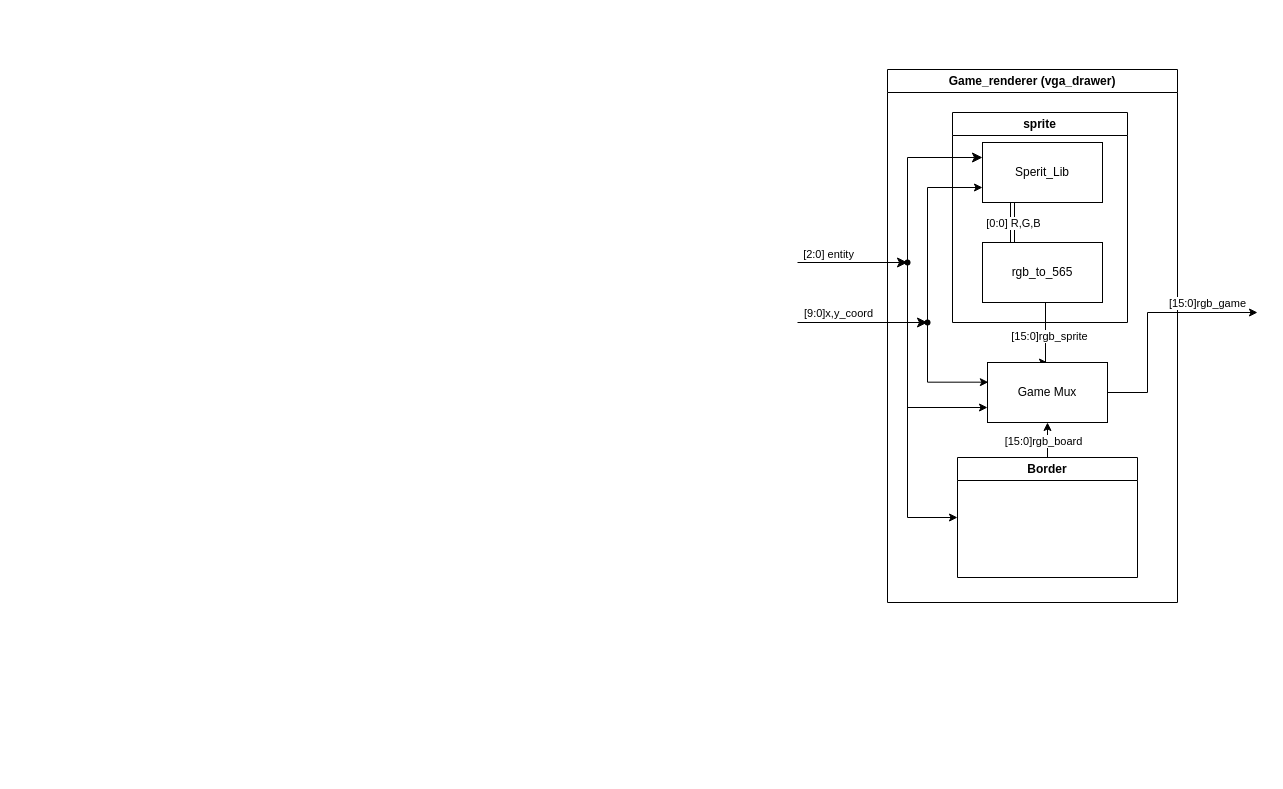
Above: Docs/block.drawio in ZeppelinSCB/FPGA-Entertainment-System (draw.io), before the change. Source tidied: cells renumbered, new cells numbered last; positions are measured from the earlier drawing's top-left corner, leaving out a move shared by most shapes. Both pictures are drawn from the tidied source at 100%, with x=0, y=0 at pixel (797, 69).
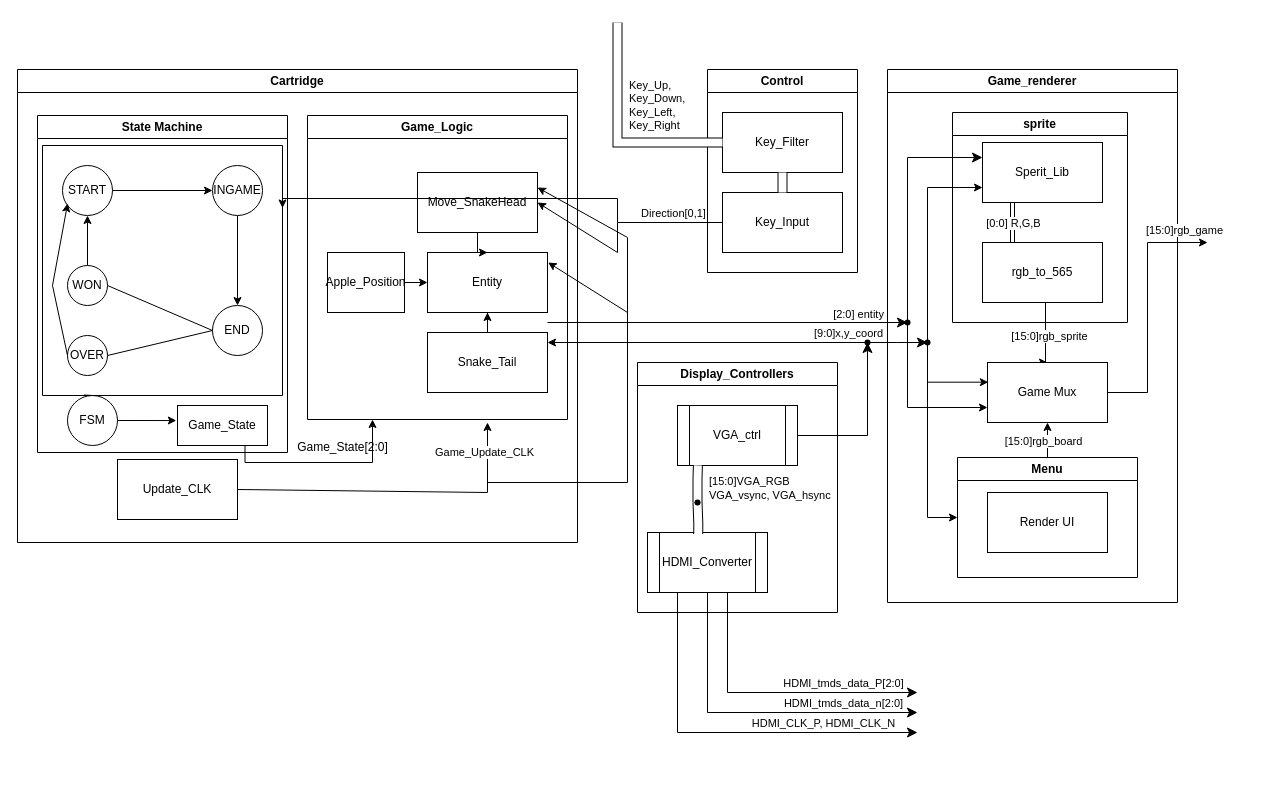
The same diagram, later.

The change refers to these unchanged cells:
```xml
<mxCell id="3" value="sprite " style="swimlane;whiteSpace=wrap;html=1;" parent="2" vertex="1">
  <mxGeometry x="65" y="43" width="175" height="210" as="geometry" />
</mxCell>
<mxCell id="4" value="Sperit_Lib" style="rounded=0;whiteSpace=wrap;html=1;" parent="3" vertex="1">
  <mxGeometry x="30" y="30" width="120" height="60" as="geometry" />
</mxCell>
```

Diff of the diagram source:
```diff
@@
+    <mxCell id="27" value="Control" style="swimlane;whiteSpace=wrap;html=1;startSize=23;" parent="1" vertex="1">
+      <mxGeometry x="-90" width="150" height="203" as="geometry" />
+    </mxCell>
+    <mxCell id="28" value="Key_Filter" style="rounded=0;whiteSpace=wrap;html=1;" parent="27" vertex="1">
+      <mxGeometry x="15" y="43" width="120" height="60" as="geometry" />
+    </mxCell>
+    <mxCell id="29" value="Key_Input" style="rounded=0;whiteSpace=wrap;html=1;" parent="27" vertex="1">
+      <mxGeometry x="15" y="123" width="120" height="60" as="geometry" />
+    </mxCell>
+    <mxCell id="30" style="shape=filledEdge;rounded=0;fixDash=1;endArrow=none;strokeWidth=10;fillColor=#ffffff;html=1;entryX=0.5;entryY=0;entryDx=0;entryDy=0;exitX=0.5;exitY=1;exitDx=0;exitDy=0;" parent="27" edge="1" source="28" target="29">
+      <mxGeometry relative="1" as="geometry" />
+    </mxCell>
-    <mxCell id="2" value="Game_renderer (vga_drawer)" style="swimlane;whiteSpace=wrap;html=1;" parent="1" vertex="1">
+    <mxCell id="2" value="&lt;div&gt;Game_renderer&lt;/div&gt;" style="swimlane;whiteSpace=wrap;html=1;" parent="1" vertex="1">
       <mxGeometry x="90" width="290" height="533" as="geometry" />
     </mxCell>
@@
-    <mxCell id="8" style="endArrow=classic;html=1;rounded=0;endSize=8;startSize=8;labelPosition=left;verticalLabelPosition=middle;align=right;verticalAlign=middle;" parent="3" edge="1" target="24">
-      <mxGeometry relative="1" as="geometry">
-        <mxPoint x="-155" y="150" as="sourcePoint" />
-      </mxGeometry>
-    </mxCell>
-    <mxCell id="9" style="elbow=horizontal;endArrow=classic;html=1;rounded=0;endSize=8;startSize=8;" parent="2" edge="1" target="18">
-      <mxGeometry relative="1" as="geometry">
-        <mxPoint x="-90" y="253" as="sourcePoint" />
-      </mxGeometry>
-    </mxCell>
-    <mxCell id="10" value="[9:0]x,y_coord" style="edgeLabel;html=1;align=center;verticalAlign=middle;" parent="9" vertex="1">
-      <mxGeometry x="-0.02" y="2" relative="1" as="geometry">
-        <mxPoint x="-24" y="-8" as="offset" />
-      </mxGeometry>
-    </mxCell>
@@
-    <mxCell id="13" value="Border" style="swimlane;whiteSpace=wrap;html=1;" parent="2" vertex="1">
+    <mxCell id="13" value="Menu" style="swimlane;whiteSpace=wrap;html=1;" parent="2" vertex="1">
       <mxGeometry x="70" y="388" width="180" height="120" as="geometry" />
     </mxCell>
+    <mxCell id="31" value="Render UI" style="rounded=0;whiteSpace=wrap;html=1;" parent="13" vertex="1">
+      <mxGeometry x="30" y="35" width="120" height="60" as="geometry" />
+    </mxCell>
@@
     <mxCell id="18" style="shape=waypoint;sketch=0;fillStyle=solid;size=6;points=[];fillColor=none;perimeter=centerPerimeter;snapToPoint=1;" parent="2" vertex="1">
-      <mxGeometry x="30" y="243" width="20" height="20" as="geometry" />
+      <mxGeometry x="30" y="263" width="20" height="20" as="geometry" />
     </mxCell>
+    <mxCell id="21" value="Game Mux" style="rounded=0;whiteSpace=wrap;html=1;" parent="2" vertex="1">
+      <mxGeometry x="100" y="293" width="120" height="60" as="geometry" />
+    </mxCell>
+    <mxCell id="24" style="shape=waypoint;sketch=0;fillStyle=solid;size=6;points=[];fillColor=none;perimeter=centerPerimeter;snapToPoint=1;" parent="2" vertex="1">
+      <mxGeometry x="10" y="243" width="20" height="20" as="geometry" />
+    </mxCell>
+    <mxCell id="22" style="edgeStyle=elbowEdgeStyle;rounded=0;jettySize=auto;html=1;entryX=0;entryY=0.75;entryDx=0;entryDy=0;" parent="2" edge="1" source="24" target="21">
+      <mxGeometry relative="1" as="geometry">
+        <Array as="points">
+          <mxPoint x="20" y="313" />
+        </Array>
+      </mxGeometry>
+    </mxCell>
+    <mxCell id="25" style="edgeStyle=elbowEdgeStyle;endArrow=classic;html=1;rounded=0;endSize=8;startSize=8;labelPosition=left;verticalLabelPosition=middle;align=right;verticalAlign=middle;entryX=0;entryY=0.25;entryDx=0;entryDy=0;exitX=0.556;exitY=0.783;exitDx=0;exitDy=0;exitPerimeter=0;" parent="2" edge="1" source="24" target="4">
+      <mxGeometry relative="1" as="geometry">
+        <Array as="points">
+          <mxPoint x="20" y="83" />
+        </Array>
+      </mxGeometry>
+    </mxCell>
+    <mxCell id="26" value="[2:0] entity" style="edgeLabel;html=1;align=center;verticalAlign=middle;" parent="25" vertex="1">
+      <mxGeometry x="0.06" relative="1" as="geometry">
+        <mxPoint x="-50" y="118" as="offset" />
+      </mxGeometry>
+    </mxCell>
+    <mxCell id="32" style="endArrow=classic;html=1;rounded=0;entryX=0;entryY=0.5;entryDx=0;entryDy=0;edgeStyle=elbowEdgeStyle;exitX=0.608;exitY=0.783;exitDx=0;exitDy=0;exitPerimeter=0;" parent="2" edge="1" source="18" target="13">
+      <mxGeometry relative="1" as="geometry">
+        <Array as="points">
+          <mxPoint x="40" y="363" />
+        </Array>
+      </mxGeometry>
+    </mxCell>
+    <mxCell id="33" value="Cartridge" style="swimlane;whiteSpace=wrap;html=1;startSize=23;" parent="1" vertex="1">
+      <mxGeometry x="-780" width="560" height="473" as="geometry" />
+    </mxCell>
+    <mxCell id="34" value="State Machine" style="swimlane;whiteSpace=wrap;html=1;startSize=23;" parent="33" vertex="1">
+      <mxGeometry x="20" y="46" width="250" height="337" as="geometry" />
+    </mxCell>
+    <mxCell id="35" value="Game_State" style="rounded=0;whiteSpace=wrap;html=1;" parent="34" vertex="1">
+      <mxGeometry x="140" y="290" width="90" height="40" as="geometry" />
+    </mxCell>
+    <mxCell id="36" value="FSM" style="ellipse;whiteSpace=wrap;html=1;" parent="34" vertex="1">
+      <mxGeometry x="30" y="280" width="50" height="50" as="geometry" />
+    </mxCell>
+    <mxCell id="37" style="swimlane;startSize=0;" parent="34" vertex="1">
+      <mxGeometry x="5" y="30" width="240" height="250" as="geometry" />
+    </mxCell>
+    <mxCell id="38" value="START" style="ellipse;whiteSpace=wrap;html=1;" parent="37" vertex="1">
+      <mxGeometry x="20" y="20" width="50" height="50" as="geometry" />
+    </mxCell>
+    <mxCell id="39" style="edgeStyle=orthogonalEdgeStyle;rounded=0;jettySize=auto;html=1;" parent="37" edge="1" source="40" target="43">
+      <mxGeometry relative="1" as="geometry" />
+    </mxCell>
+    <mxCell id="40" value="INGAME" style="ellipse;whiteSpace=wrap;html=1;" parent="37" vertex="1">
+      <mxGeometry x="170" y="20" width="50" height="50" as="geometry" />
+    </mxCell>
+    <mxCell id="41" style="edgeStyle=orthogonalEdgeStyle;rounded=0;jettySize=auto;html=1;" parent="37" edge="1" source="42" target="38">
+      <mxGeometry relative="1" as="geometry" />
+    </mxCell>
+    <mxCell id="42" value="WON" style="ellipse;whiteSpace=wrap;html=1;" parent="37" vertex="1">
+      <mxGeometry x="25" y="120" width="40" height="40" as="geometry" />
+    </mxCell>
+    <mxCell id="43" value="END" style="ellipse;whiteSpace=wrap;html=1;" parent="37" vertex="1">
+      <mxGeometry x="170" y="160" width="50" height="50" as="geometry" />
+    </mxCell>
+    <mxCell id="44" value="OVER" style="ellipse;whiteSpace=wrap;html=1;" parent="37" vertex="1">
+      <mxGeometry x="25" y="190" width="40" height="40" as="geometry" />
+    </mxCell>
+    <mxCell id="45" style="endArrow=classic;html=1;rounded=0;exitX=0;exitY=0.5;exitDx=0;exitDy=0;entryX=0.103;entryY=0.76;entryDx=0;entryDy=0;entryPerimeter=0;" parent="37" edge="1" source="44" target="38">
+      <mxGeometry relative="1" as="geometry">
+        <Array as="points">
+          <mxPoint x="10" y="140" />
+        </Array>
+      </mxGeometry>
+    </mxCell>
+    <mxCell id="46" style="endArrow=none;html=1;rounded=0;exitX=0;exitY=0.5;exitDx=0;exitDy=0;entryX=1;entryY=0.5;entryDx=0;entryDy=0;" parent="37" edge="1" source="43" target="42">
+      <mxGeometry relative="1" as="geometry" />
+    </mxCell>
+    <mxCell id="47" style="endArrow=none;html=1;rounded=0;exitX=1;exitY=0.5;exitDx=0;exitDy=0;entryX=0;entryY=0.5;entryDx=0;entryDy=0;" parent="37" edge="1" source="44" target="43">
+      <mxGeometry relative="1" as="geometry" />
+    </mxCell>
+    <mxCell id="48" style="endArrow=classic;html=1;rounded=0;exitX=1;exitY=0.5;exitDx=0;exitDy=0;entryX=0;entryY=0.5;entryDx=0;entryDy=0;" parent="37" edge="1" source="38" target="40">
+      <mxGeometry relative="1" as="geometry" />
+    </mxCell>
+    <mxCell id="49" style="endArrow=classic;html=1;rounded=0;exitX=1;exitY=0.5;exitDx=0;exitDy=0;entryX=-0.013;entryY=0.376;entryDx=0;entryDy=0;entryPerimeter=0;" parent="34" edge="1" source="36" target="35">
+      <mxGeometry relative="1" as="geometry" />
+    </mxCell>
+    <mxCell id="50" style="endArrow=none;html=1;rounded=0;exitX=0.5;exitY=0;exitDx=0;exitDy=0;entryX=0.173;entryY=0.998;entryDx=0;entryDy=0;entryPerimeter=0;" parent="34" edge="1" source="36" target="37">
+      <mxGeometry relative="1" as="geometry" />
+    </mxCell>
+    <mxCell id="51" value="Update_CLK" style="rounded=0;whiteSpace=wrap;html=1;" parent="33" vertex="1">
+      <mxGeometry x="100" y="390" width="120" height="60" as="geometry" />
+    </mxCell>
+    <mxCell id="52" style="endArrow=classic;html=1;rounded=0;exitX=1;exitY=0.5;exitDx=0;exitDy=0;" parent="33" edge="1" source="51">
+      <mxGeometry relative="1" as="geometry">
+        <mxPoint x="470" y="353" as="targetPoint" />
+        <Array as="points">
+          <mxPoint x="470" y="423" />
+        </Array>
+      </mxGeometry>
+    </mxCell>
+    <mxCell id="53" value="Game_Update_CLK" style="edgeLabel;html=1;align=center;verticalAlign=middle;" parent="52" vertex="1">
+      <mxGeometry x="0.82" y="4" relative="1" as="geometry" />
+    </mxCell>
+    <mxCell id="54" value="Game_Logic" style="swimlane;whiteSpace=wrap;html=1;" parent="33" vertex="1">
+      <mxGeometry x="290" y="46" width="260" height="304" as="geometry" />
+    </mxCell>
+    <mxCell id="55" value="Snake_Tail" style="rounded=0;whiteSpace=wrap;html=1;" parent="54" vertex="1">
+      <mxGeometry x="120" y="217" width="120" height="60" as="geometry" />
+    </mxCell>
+    <mxCell id="56" value="&lt;div&gt;Entity&lt;/div&gt;" style="rounded=0;whiteSpace=wrap;html=1;" parent="54" vertex="1">
+      <mxGeometry x="120" y="137" width="120" height="60" as="geometry" />
+    </mxCell>
+    <mxCell id="57" value="Apple_Position" style="rounded=0;whiteSpace=wrap;html=1;" parent="54" vertex="1">
+      <mxGeometry x="20" y="137" width="77" height="60" as="geometry" />
+    </mxCell>
+    <mxCell id="58" style="edgeStyle=orthogonalEdgeStyle;rounded=0;jettySize=auto;html=1;" parent="54" edge="1" source="59" target="56">
+      <mxGeometry relative="1" as="geometry" />
+    </mxCell>
+    <mxCell id="59" value="Move_SnakeHead" style="rounded=0;whiteSpace=wrap;html=1;" parent="54" vertex="1">
+      <mxGeometry x="110" y="57" width="120" height="60" as="geometry" />
+    </mxCell>
+    <mxCell id="60" style="edgeStyle=orthogonalEdgeStyle;rounded=0;jettySize=auto;html=1;" parent="54" edge="1" source="55" target="56">
+      <mxGeometry relative="1" as="geometry" />
+    </mxCell>
+    <mxCell id="61" style="edgeStyle=orthogonalEdgeStyle;rounded=0;jettySize=auto;html=1;" parent="54" edge="1" source="57" target="56">
+      <mxGeometry relative="1" as="geometry" />
+    </mxCell>
+    <mxCell id="62" value="Game_State[2:0]" style="text;html=1;align=center;verticalAlign=middle;strokeColor=none;fillColor=none;" parent="33" vertex="1">
+      <mxGeometry x="270" y="363" width="110" height="30" as="geometry" />
+    </mxCell>
+    <mxCell id="63" style="endArrow=classic;html=1;rounded=0;edgeStyle=elbowEdgeStyle;exitX=0.75;exitY=1;exitDx=0;exitDy=0;entryX=0.25;entryY=1;entryDx=0;entryDy=0;" parent="33" edge="1" source="35" target="54">
+      <mxGeometry relative="1" as="geometry">
+        <Array as="points">
+          <mxPoint x="290" y="393" />
+        </Array>
+      </mxGeometry>
+    </mxCell>
+    <mxCell id="64" value="Display_Controllers" style="swimlane;whiteSpace=wrap;html=1;" parent="1" vertex="1">
+      <mxGeometry x="-160" y="293" width="200" height="250" as="geometry" />
+    </mxCell>
+    <mxCell id="65" value="VGA_ctrl" style="shape=process;whiteSpace=wrap;html=1;backgroundOutline=1;" parent="64" vertex="1">
+      <mxGeometry x="40" y="43" width="120" height="60" as="geometry" />
+    </mxCell>
+    <mxCell id="66" value="HDMI_Converter" style="shape=process;whiteSpace=wrap;html=1;backgroundOutline=1;" parent="64" vertex="1">
+      <mxGeometry x="10" y="170" width="120" height="60" as="geometry" />
+    </mxCell>
+    <mxCell id="67" style="shape=filledEdge;curved=0;rounded=0;fixDash=1;endArrow=none;strokeWidth=10;fillColor=#ffffff;edgeStyle=orthogonalEdgeStyle;html=1;entryX=0.17;entryY=0.999;entryDx=0;entryDy=0;entryPerimeter=0;" parent="64" edge="1" source="73" target="65">
+      <mxGeometry relative="1" as="geometry" />
+    </mxCell>
+    <mxCell id="68" style="shape=filledEdge;curved=0;rounded=0;fixDash=1;endArrow=none;strokeWidth=10;fillColor=#ffffff;edgeStyle=orthogonalEdgeStyle;html=1;entryX=0.562;entryY=0.826;entryDx=0;entryDy=0;entryPerimeter=0;exitX=0.423;exitY=0.024;exitDx=0;exitDy=0;exitPerimeter=0;" parent="64" edge="1" source="66" target="73">
+      <mxGeometry relative="1" as="geometry" />
+    </mxCell>
+    <mxCell id="69" style="edgeStyle=elbowEdgeStyle;elbow=horizontal;endArrow=classic;html=1;curved=0;rounded=0;endSize=8;startSize=8;exitX=0.5;exitY=1;exitDx=0;exitDy=0;" parent="64" edge="1" source="66">
+      <mxGeometry relative="1" as="geometry">
+        <mxPoint x="280" y="350" as="targetPoint" />
+        <Array as="points">
+          <mxPoint x="70" y="270" />
+        </Array>
+      </mxGeometry>
+    </mxCell>
+    <mxCell id="70" style="edgeStyle=elbowEdgeStyle;elbow=horizontal;endArrow=classic;html=1;curved=0;rounded=0;endSize=8;startSize=8;exitX=0.25;exitY=1;exitDx=0;exitDy=0;" parent="64" edge="1" source="66">
+      <mxGeometry relative="1" as="geometry">
+        <mxPoint x="280" y="370" as="targetPoint" />
+        <Array as="points">
+          <mxPoint x="40" y="270" />
+        </Array>
+      </mxGeometry>
+    </mxCell>
+    <mxCell id="71" style="shape=filledEdge;curved=0;rounded=0;fixDash=1;endArrow=none;strokeWidth=10;fillColor=#ffffff;edgeStyle=orthogonalEdgeStyle;html=1;entryDx=0;entryDy=0;exitX=1.093;exitY=1.157;exitDx=0;exitDy=0;exitPerimeter=0;" parent="64" edge="1" source="73" target="73">
+      <mxGeometry relative="1" as="geometry" />
+    </mxCell>
+    <mxCell id="72" value="&lt;div&gt;[15:0]VGA_RGB&lt;/div&gt;&lt;div&gt;VGA_vsync, VGA_hsync&lt;br&gt;&lt;/div&gt;" style="edgeLabel;html=1;align=left;verticalAlign=middle;" parent="71" vertex="1">
+      <mxGeometry x="-0.01" y="2" relative="1" as="geometry">
+        <mxPoint x="10" y="-15" as="offset" />
+      </mxGeometry>
+    </mxCell>
+    <mxCell id="73" style="shape=waypoint;sketch=0;fillStyle=solid;size=6;points=[];fillColor=none;perimeter=centerPerimeter;snapToPoint=1;" parent="64" vertex="1">
+      <mxGeometry x="50" y="130" width="20" height="20" as="geometry" />
+    </mxCell>
+    <mxCell id="74" value="&lt;div&gt;HDMI_CLK_P, HDMI_CLK_N&lt;br&gt;&lt;/div&gt;" style="edgeLabel;html=1;align=center;verticalAlign=middle;" parent="64" vertex="1">
+      <mxGeometry x="200" y="410" as="geometry">
+        <mxPoint x="-15" y="-50" as="offset" />
+      </mxGeometry>
+    </mxCell>
+    <mxCell id="75" value="&lt;div&gt;HDMI_tmds_data_n[2:0]&lt;/div&gt;" style="edgeLabel;html=1;align=center;verticalAlign=middle;" parent="1" vertex="1">
+      <mxGeometry x="60" y="683" as="geometry">
+        <mxPoint x="-15" y="-50" as="offset" />
+      </mxGeometry>
+    </mxCell>
+    <mxCell id="76" style="edgeStyle=elbowEdgeStyle;elbow=horizontal;endArrow=classic;html=1;curved=0;rounded=0;endSize=8;startSize=8;exitX=0.75;exitY=1;exitDx=0;exitDy=0;" parent="1" edge="1" source="66">
+      <mxGeometry relative="1" as="geometry">
+        <mxPoint x="120" y="623" as="targetPoint" />
+        <Array as="points">
+          <mxPoint x="-70" y="563" />
+        </Array>
+      </mxGeometry>
+    </mxCell>
+    <mxCell id="77" value="&lt;div&gt;HDMI_tmds_data_P[2:0]&lt;/div&gt;" style="edgeLabel;html=1;align=center;verticalAlign=middle;" parent="1" vertex="1">
+      <mxGeometry x="60" y="663" as="geometry">
+        <mxPoint x="-15" y="-50" as="offset" />
+      </mxGeometry>
+    </mxCell>
-    <mxCell id="19" style="edgeStyle=elbowEdgeStyle;rounded=0;jettySize=auto;html=1;" parent="2" edge="1" source="21">
+    <mxCell id="19" style="edgeStyle=elbowEdgeStyle;rounded=0;jettySize=auto;html=1;" parent="1" edge="1" source="21">
       <mxGeometry relative="1" as="geometry">
-        <mxPoint x="370" y="243" as="targetPoint" />
+        <mxPoint x="410" y="173" as="targetPoint" />
         <Array as="points">
-          <mxPoint x="260" y="283" />
+          <mxPoint x="350" y="283" />
         </Array>
       </mxGeometry>
     </mxCell>
     <mxCell id="20" value="[15:0]rgb_game" style="edgeLabel;html=1;align=center;verticalAlign=middle;" parent="19" vertex="1">
       <mxGeometry x="0.56" y="-1" relative="1" as="geometry">
-        <mxPoint y="-11" as="offset" />
+        <mxPoint x="31" y="-14" as="offset" />
       </mxGeometry>
     </mxCell>
-    <mxCell id="21" value="Game Mux" style="rounded=0;whiteSpace=wrap;html=1;" parent="2" vertex="1">
-      <mxGeometry x="100" y="293" width="120" height="60" as="geometry" />
-    </mxCell>
-    <mxCell id="22" style="edgeStyle=elbowEdgeStyle;rounded=0;jettySize=auto;html=1;entryX=0;entryY=0.75;entryDx=0;entryDy=0;" parent="1" edge="1" source="24" target="21">
-      <mxGeometry relative="1" as="geometry">
-        <Array as="points">
-          <mxPoint x="110" y="203" />
-        </Array>
-      </mxGeometry>
-    </mxCell>
-    <mxCell id="23" style="edgeStyle=orthogonalEdgeStyle;rounded=0;jettySize=auto;html=1;entryX=0;entryY=0.5;entryDx=0;entryDy=0;" parent="1" edge="1" source="24" target="13">
-      <mxGeometry relative="1" as="geometry">
-        <Array as="points">
-          <mxPoint x="110" y="448" />
-        </Array>
-      </mxGeometry>
-    </mxCell>
-    <mxCell id="24" style="shape=waypoint;sketch=0;fillStyle=solid;size=6;points=[];fillColor=none;perimeter=centerPerimeter;snapToPoint=1;" parent="1" vertex="1">
-      <mxGeometry x="100" y="183" width="20" height="20" as="geometry" />
-    </mxCell>
-    <mxCell id="25" style="edgeStyle=elbowEdgeStyle;endArrow=classic;html=1;rounded=0;endSize=8;startSize=8;labelPosition=left;verticalLabelPosition=middle;align=right;verticalAlign=middle;entryX=0;entryY=0.25;entryDx=0;entryDy=0;exitX=0.717;exitY=0.588;exitDx=0;exitDy=0;exitPerimeter=0;" parent="1" edge="1" source="24" target="4">
-      <mxGeometry relative="1" as="geometry">
-        <Array as="points">
-          <mxPoint x="110" y="83" />
-        </Array>
-      </mxGeometry>
-    </mxCell>
-    <mxCell id="26" value="[2:0] entity" style="edgeLabel;html=1;align=center;verticalAlign=middle;" parent="25" vertex="1">
-      <mxGeometry x="0.06" relative="1" as="geometry">
-        <mxPoint x="-80" y="86" as="offset" />
-      </mxGeometry>
-    </mxCell>
+    <mxCell id="9" style="endArrow=classic;html=1;rounded=0;endSize=8;startSize=8;exitDx=0;exitDy=0;edgeStyle=elbowEdgeStyle;entryX=0.578;entryY=0.406;entryDx=0;entryDy=0;entryPerimeter=0;" parent="1" edge="1" source="83" target="18">
+      <mxGeometry relative="1" as="geometry" />
+    </mxCell>
+    <mxCell id="78" style="endArrow=classic;html=1;rounded=0;endSize=8;startSize=8;exitX=1;exitY=0.5;exitDx=0;exitDy=0;edgeStyle=elbowEdgeStyle;" parent="1" edge="1" source="65" target="83">
+      <mxGeometry relative="1" as="geometry">
+        <Array as="points">
+          <mxPoint x="70" y="313" />
+        </Array>
+      </mxGeometry>
+    </mxCell>
+    <mxCell id="10" value="[9:0]x,y_coord" style="edgeLabel;html=1;align=center;verticalAlign=middle;" parent="78" vertex="1">
+      <mxGeometry x="-0.02" y="2" relative="1" as="geometry">
+        <mxPoint x="-18" y="-93" as="offset" />
+      </mxGeometry>
+    </mxCell>
+    <mxCell id="79" style="endArrow=classic;html=1;rounded=0;" parent="1" edge="1" source="83">
+      <mxGeometry relative="1" as="geometry">
+        <mxPoint x="-250" y="273" as="targetPoint" />
+      </mxGeometry>
+    </mxCell>
+    <mxCell id="80" style="shape=filledEdge;curved=0;rounded=0;fixDash=1;endArrow=none;strokeWidth=10;fillColor=#ffffff;edgeStyle=orthogonalEdgeStyle;html=1;entryX=0;entryY=0.5;entryDx=0;entryDy=0;" parent="1" edge="1" target="28">
+      <mxGeometry relative="1" as="geometry">
+        <mxPoint x="-180" y="-47" as="sourcePoint" />
+        <Array as="points">
+          <mxPoint x="-180" y="-27" />
+          <mxPoint x="-180" y="73" />
+        </Array>
+      </mxGeometry>
+    </mxCell>
+    <mxCell id="81" value="&lt;div align=&quot;left&quot;&gt;Key_Up,&lt;/div&gt;&lt;div align=&quot;left&quot;&gt;Key_Down,&lt;/div&gt;&lt;div align=&quot;left&quot;&gt;Key_Left,&lt;/div&gt;&lt;div align=&quot;left&quot;&gt;Key_Right&lt;br&gt;&lt;/div&gt;" style="edgeLabel;html=1;align=left;verticalAlign=middle;" parent="80" vertex="1">
+      <mxGeometry x="-0.78" y="2" relative="1" as="geometry">
+        <mxPoint x="8" y="57" as="offset" />
+      </mxGeometry>
+    </mxCell>
+    <mxCell id="82" style="endArrow=classic;html=1;rounded=0;" parent="1" edge="1" target="83">
+      <mxGeometry relative="1" as="geometry">
+        <mxPoint x="70" y="273" as="sourcePoint" />
+      </mxGeometry>
+    </mxCell>
+    <mxCell id="83" style="shape=waypoint;sketch=0;fillStyle=solid;size=6;points=[];fillColor=none;perimeter=centerPerimeter;snapToPoint=1;" parent="1" vertex="1">
+      <mxGeometry x="60" y="263" width="20" height="20" as="geometry" />
+    </mxCell>
+    <mxCell id="84" style="endArrow=classic;html=1;rounded=0;exitX=0;exitY=0.5;exitDx=0;exitDy=0;entryX=1;entryY=0.5;entryDx=0;entryDy=0;" parent="1" edge="1" source="29" target="59">
+      <mxGeometry relative="1" as="geometry">
+        <Array as="points">
+          <mxPoint x="-180" y="153" />
+          <mxPoint x="-180" y="183" />
+        </Array>
+      </mxGeometry>
+    </mxCell>
+    <mxCell id="85" value="Direction[0,1]" style="edgeLabel;html=1;align=center;verticalAlign=middle;" parent="84" vertex="1">
+      <mxGeometry x="-0.48" y="-4" relative="1" as="geometry">
+        <mxPoint x="10" y="-6" as="offset" />
+      </mxGeometry>
+    </mxCell>
+    <mxCell id="8" style="endArrow=classic;html=1;rounded=0;endSize=8;startSize=8;labelPosition=left;verticalLabelPosition=middle;align=right;verticalAlign=middle;" parent="1" edge="1" target="24">
+      <mxGeometry relative="1" as="geometry">
+        <mxPoint x="-250" y="253" as="sourcePoint" />
+      </mxGeometry>
+    </mxCell>
+    <mxCell id="86" style="endArrow=classic;html=1;rounded=0;entryX=1;entryY=0.25;entryDx=0;entryDy=0;" parent="1" edge="1" target="59">
+      <mxGeometry relative="1" as="geometry">
+        <mxPoint x="-310" y="413" as="sourcePoint" />
+        <Array as="points">
+          <mxPoint x="-170" y="413" />
+          <mxPoint x="-170" y="168" />
+        </Array>
+      </mxGeometry>
+    </mxCell>
+    <mxCell id="87" style="endArrow=classic;html=1;rounded=0;entryX=1.005;entryY=0.166;entryDx=0;entryDy=0;entryPerimeter=0;" parent="1" edge="1" target="56">
+      <mxGeometry relative="1" as="geometry">
+        <mxPoint x="-170" y="243" as="sourcePoint" />
+      </mxGeometry>
+    </mxCell>
+    <mxCell id="88" style="endArrow=classic;html=1;rounded=0;edgeStyle=orthogonalEdgeStyle;entryX=1;entryY=0.25;entryDx=0;entryDy=0;" parent="1" edge="1" target="37">
+      <mxGeometry relative="1" as="geometry">
+        <mxPoint x="-180" y="153" as="sourcePoint" />
+        <Array as="points">
+          <mxPoint x="-180" y="129" />
+          <mxPoint x="-515" y="129" />
+        </Array>
+      </mxGeometry>
+    </mxCell>
```
